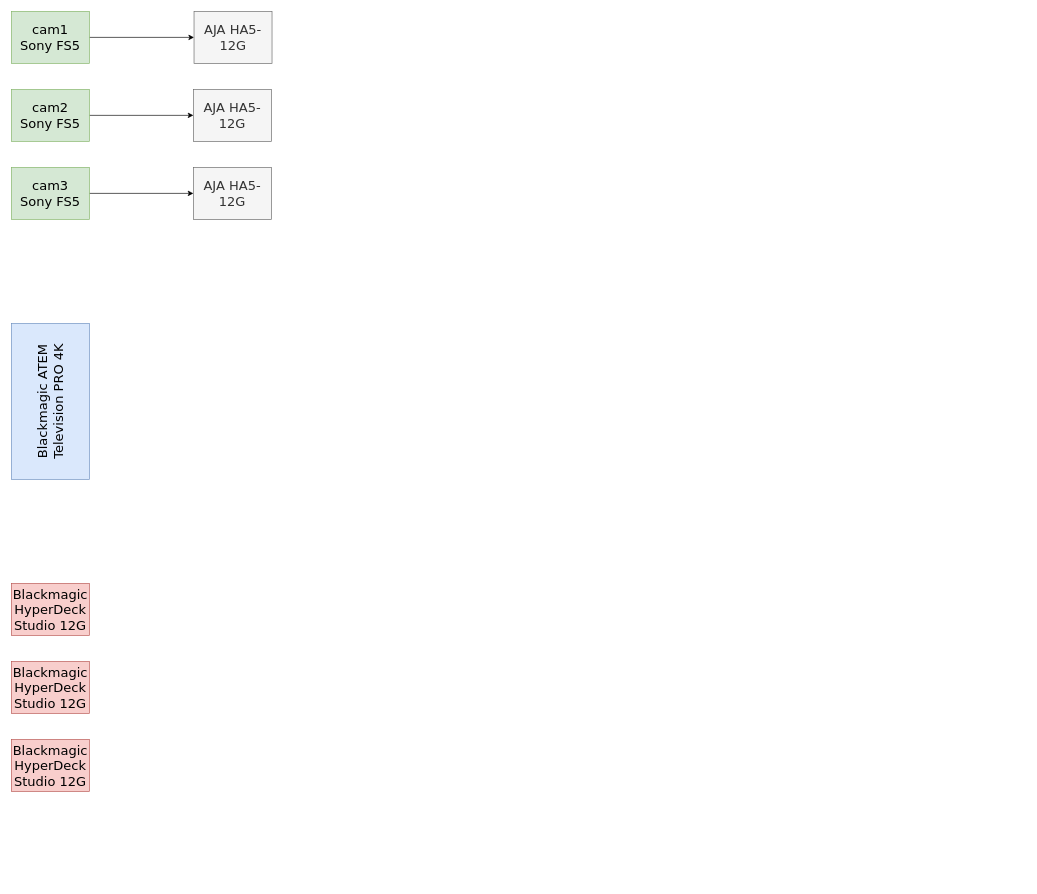
Earlier version of the draw.io diagram page "Chromakey ASB-1" (1 of 2) of ASB-1_Sheme.drawio (msslava/content_union). Source tidied: cells renumbered, new cells numbered last; positions are measured from the earlier drawing's top-left corner, leaving out a move shared by most shapes. Both pictures are drawn from the tidied source at 65%, with x=0, y=0 at pixel (11, 11).
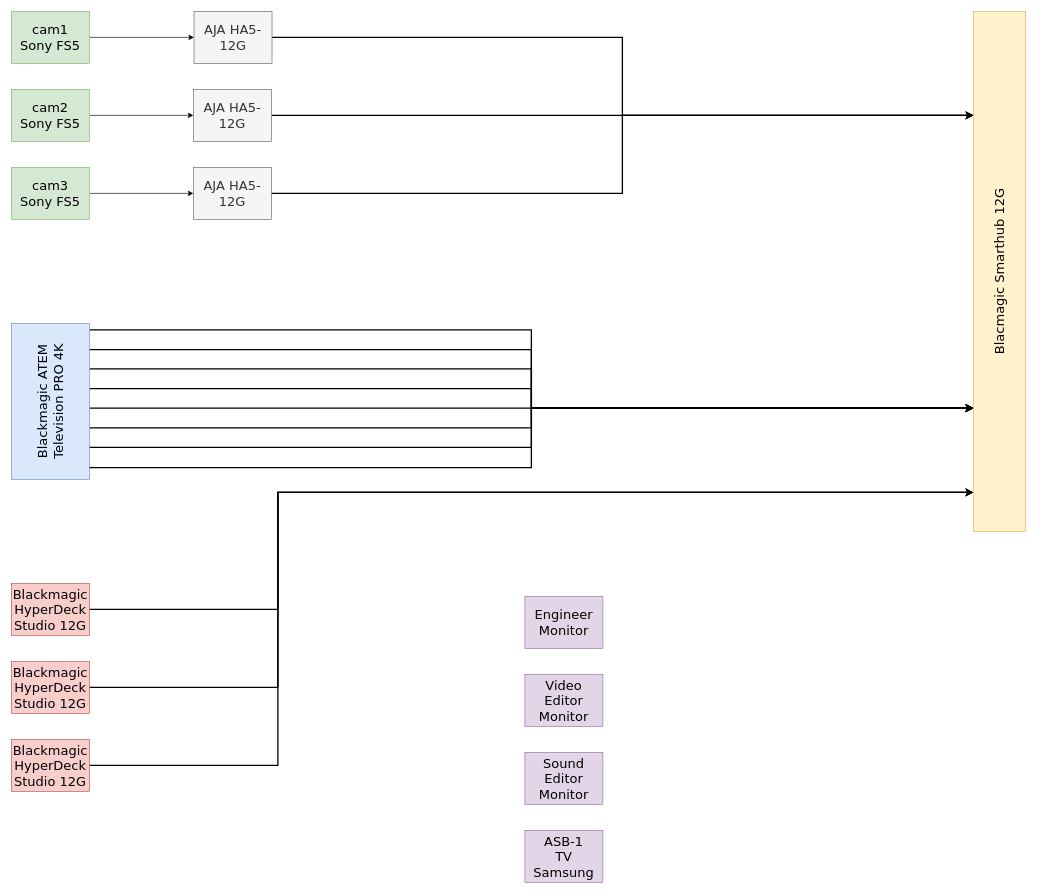
After the change.

Unchanged cells that the change refers to:
```xml
<mxCell id="8" value="&lt;span&gt;AJA HA5-12G&lt;/span&gt;&lt;br&gt;" style="rounded=0;whiteSpace=wrap;html=1;fontFamily=Verdana;fontSize=20;fillColor=#f5f5f5;strokeColor=#666666;fontColor=#333333;" parent="1" vertex="1">
  <mxGeometry x="281" width="120" height="80" as="geometry" />
</mxCell>
<mxCell id="9" value="&lt;span&gt;AJA HA5-12G&lt;/span&gt;&lt;br&gt;" style="rounded=0;whiteSpace=wrap;html=1;fontFamily=Verdana;fontSize=20;fillColor=#f5f5f5;strokeColor=#666666;fontColor=#333333;" parent="1" vertex="1">
  <mxGeometry x="280" y="120" width="120" height="80" as="geometry" />
</mxCell>
<mxCell id="10" value="&lt;span&gt;AJA HA5-12G&lt;/span&gt;&lt;br&gt;" style="rounded=0;whiteSpace=wrap;html=1;fontFamily=Verdana;fontSize=20;fillColor=#f5f5f5;strokeColor=#666666;fontColor=#333333;" parent="1" vertex="1">
  <mxGeometry x="280" y="240" width="120" height="80" as="geometry" />
</mxCell>
<mxCell id="11" value="Blackmagic ATEM Television PRO 4K&lt;br&gt;" style="rounded=0;whiteSpace=wrap;html=1;fontFamily=Verdana;fontSize=20;fillColor=#dae8fc;strokeColor=#6c8ebf;flipV=1;flipH=1;horizontal=0;" parent="1" vertex="1">
  <mxGeometry y="480" width="120" height="240" as="geometry" />
</mxCell>
<mxCell id="12" value="&lt;span&gt;Blackmagic HyperDeck Studio 12G&lt;/span&gt;&lt;br&gt;" style="rounded=0;whiteSpace=wrap;html=1;fontFamily=Verdana;fontSize=20;fillColor=#f8cecc;strokeColor=#b85450;" parent="1" vertex="1">
  <mxGeometry y="880" width="120" height="80" as="geometry" />
</mxCell>
<mxCell id="13" value="&lt;span&gt;Blackmagic HyperDeck Studio 12G&lt;/span&gt;&lt;br&gt;" style="rounded=0;whiteSpace=wrap;html=1;fontFamily=Verdana;fontSize=20;fillColor=#f8cecc;strokeColor=#b85450;" parent="1" vertex="1">
  <mxGeometry y="1000" width="120" height="80" as="geometry" />
</mxCell>
<mxCell id="14" value="&lt;span&gt;Blackmagic HyperDeck Studio 12G&lt;/span&gt;&lt;br&gt;" style="rounded=0;whiteSpace=wrap;html=1;fontFamily=Verdana;fontSize=20;fillColor=#f8cecc;strokeColor=#b85450;" parent="1" vertex="1">
  <mxGeometry y="1120" width="120" height="80" as="geometry" />
</mxCell>
```

The edit, as a diff of the source:
```diff
@@
+    <mxCell id="15" style="edgeStyle=orthogonalEdgeStyle;rounded=0;jettySize=auto;html=1;startArrow=none;startFill=0;endArrow=classic;endFill=1;strokeWidth=2;fontFamily=Verdana;fontSize=31;" parent="1" edge="1" source="8" target="33">
+      <mxGeometry relative="1" as="geometry">
+        <Array as="points">
+          <mxPoint x="940" y="40" />
+          <mxPoint x="940" y="160" />
+        </Array>
+      </mxGeometry>
+    </mxCell>
@@
+    <mxCell id="16" style="edgeStyle=orthogonalEdgeStyle;rounded=0;jettySize=auto;html=1;startArrow=none;startFill=0;endArrow=classic;endFill=1;strokeWidth=2;fontFamily=Verdana;fontSize=31;" parent="1" edge="1" source="9" target="33">
+      <mxGeometry relative="1" as="geometry">
+        <Array as="points">
+          <mxPoint x="1250" y="160" />
+          <mxPoint x="1250" y="160" />
+        </Array>
+      </mxGeometry>
+    </mxCell>
@@
+    <mxCell id="17" style="edgeStyle=orthogonalEdgeStyle;rounded=0;jettySize=auto;html=1;startArrow=none;startFill=0;endArrow=classic;endFill=1;strokeWidth=2;fontFamily=Verdana;fontSize=31;" parent="1" edge="1" source="10" target="33">
+      <mxGeometry relative="1" as="geometry">
+        <Array as="points">
+          <mxPoint x="940" y="280" />
+          <mxPoint x="940" y="160" />
+        </Array>
+      </mxGeometry>
+    </mxCell>
@@
+    <mxCell id="18" style="edgeStyle=orthogonalEdgeStyle;rounded=0;orthogonalLoop=1;jettySize=auto;html=1;startArrow=none;startFill=0;endArrow=classic;endFill=1;strokeWidth=2;fontFamily=Verdana;fontSize=20;" parent="1" edge="1">
+      <mxGeometry relative="1" as="geometry">
+        <mxPoint x="120" y="520.3" as="sourcePoint" />
+        <mxPoint x="1480" y="610.3" as="targetPoint" />
+        <Array as="points">
+          <mxPoint x="800" y="520" />
+          <mxPoint x="800" y="610" />
+        </Array>
+      </mxGeometry>
+    </mxCell>
+    <mxCell id="19" style="edgeStyle=orthogonalEdgeStyle;rounded=0;jettySize=auto;html=1;startArrow=none;startFill=0;endArrow=classic;endFill=1;strokeWidth=2;fontFamily=Verdana;fontSize=20;" parent="1" edge="1" source="11" target="33">
+      <mxGeometry relative="1" as="geometry">
+        <Array as="points">
+          <mxPoint x="800" y="490" />
+          <mxPoint x="800" y="610" />
+        </Array>
+      </mxGeometry>
+    </mxCell>
+    <mxCell id="20" style="edgeStyle=orthogonalEdgeStyle;rounded=0;orthogonalLoop=1;jettySize=auto;html=1;startArrow=none;startFill=0;endArrow=classic;endFill=1;strokeWidth=2;fontFamily=Verdana;fontSize=20;" parent="1" edge="1">
+      <mxGeometry relative="1" as="geometry">
+        <mxPoint x="120" y="550" as="sourcePoint" />
+        <mxPoint x="1480" y="610" as="targetPoint" />
+        <Array as="points">
+          <mxPoint x="800" y="550" />
+          <mxPoint x="800" y="610" />
+        </Array>
+      </mxGeometry>
+    </mxCell>
+    <mxCell id="21" style="edgeStyle=orthogonalEdgeStyle;rounded=0;orthogonalLoop=1;jettySize=auto;html=1;startArrow=none;startFill=0;endArrow=classic;endFill=1;strokeWidth=2;fontFamily=Verdana;fontSize=20;" parent="1" edge="1">
+      <mxGeometry relative="1" as="geometry">
+        <mxPoint x="120" y="580.3" as="sourcePoint" />
+        <mxPoint x="1480" y="610.3" as="targetPoint" />
+        <Array as="points">
+          <mxPoint x="800" y="580" />
+          <mxPoint x="800" y="610" />
+        </Array>
+      </mxGeometry>
+    </mxCell>
+    <mxCell id="22" style="edgeStyle=orthogonalEdgeStyle;rounded=0;orthogonalLoop=1;jettySize=auto;html=1;startArrow=none;startFill=0;endArrow=classic;endFill=1;strokeWidth=2;fontFamily=Verdana;fontSize=20;" parent="1" edge="1">
+      <mxGeometry relative="1" as="geometry">
+        <mxPoint x="120" y="610.3" as="sourcePoint" />
+        <mxPoint x="1480" y="610.3" as="targetPoint" />
+        <Array as="points">
+          <mxPoint x="320" y="610" />
+          <mxPoint x="320" y="610" />
+        </Array>
+      </mxGeometry>
+    </mxCell>
+    <mxCell id="23" style="edgeStyle=orthogonalEdgeStyle;rounded=0;orthogonalLoop=1;jettySize=auto;html=1;startArrow=none;startFill=0;endArrow=classic;endFill=1;strokeWidth=2;fontFamily=Verdana;fontSize=20;" parent="1" edge="1">
+      <mxGeometry relative="1" as="geometry">
+        <mxPoint x="120" y="640.7" as="sourcePoint" />
+        <mxPoint x="1480" y="610.7" as="targetPoint" />
+        <Array as="points">
+          <mxPoint x="800" y="641" />
+          <mxPoint x="800" y="611" />
+        </Array>
+      </mxGeometry>
+    </mxCell>
+    <mxCell id="24" style="edgeStyle=orthogonalEdgeStyle;rounded=0;orthogonalLoop=1;jettySize=auto;html=1;startArrow=none;startFill=0;endArrow=classic;endFill=1;strokeWidth=2;fontFamily=Verdana;fontSize=20;" parent="1" edge="1">
+      <mxGeometry relative="1" as="geometry">
+        <mxPoint x="120" y="670.7" as="sourcePoint" />
+        <mxPoint x="1480" y="610.7" as="targetPoint" />
+        <Array as="points">
+          <mxPoint x="800" y="671" />
+          <mxPoint x="800" y="611" />
+        </Array>
+      </mxGeometry>
+    </mxCell>
+    <mxCell id="25" style="edgeStyle=orthogonalEdgeStyle;rounded=0;jettySize=auto;html=1;startArrow=none;startFill=0;endArrow=classic;endFill=1;strokeWidth=2;fontFamily=Verdana;fontSize=20;" parent="1" edge="1" target="33">
+      <mxGeometry relative="1" as="geometry">
+        <mxPoint x="120" y="700.7" as="sourcePoint" />
+        <Array as="points">
+          <mxPoint x="120" y="702" />
+          <mxPoint x="800" y="702" />
+          <mxPoint x="800" y="610" />
+        </Array>
+      </mxGeometry>
+    </mxCell>
@@
+    <mxCell id="26" style="edgeStyle=orthogonalEdgeStyle;rounded=0;jettySize=auto;html=1;startArrow=none;startFill=0;endArrow=classic;endFill=1;strokeWidth=2;fontFamily=Verdana;fontSize=20;" parent="1" edge="1" source="12" target="33">
+      <mxGeometry relative="1" as="geometry">
+        <Array as="points">
+          <mxPoint x="410" y="920" />
+          <mxPoint x="410" y="740" />
+        </Array>
+      </mxGeometry>
+    </mxCell>
@@
+    <mxCell id="27" style="edgeStyle=orthogonalEdgeStyle;rounded=0;jettySize=auto;html=1;startArrow=none;startFill=0;endArrow=classic;endFill=1;strokeWidth=2;fontFamily=Verdana;fontSize=20;" parent="1" edge="1" source="13" target="33">
+      <mxGeometry relative="1" as="geometry">
+        <Array as="points">
+          <mxPoint x="410" y="1040" />
+          <mxPoint x="410" y="740" />
+        </Array>
+      </mxGeometry>
+    </mxCell>
@@
+    <mxCell id="28" style="edgeStyle=orthogonalEdgeStyle;rounded=0;jettySize=auto;html=1;startArrow=none;startFill=0;endArrow=classic;endFill=1;strokeWidth=2;fontFamily=Verdana;fontSize=20;" parent="1" edge="1" source="14" target="33">
+      <mxGeometry relative="1" as="geometry">
+        <Array as="points">
+          <mxPoint x="410" y="1160" />
+          <mxPoint x="410" y="740" />
+        </Array>
+      </mxGeometry>
+    </mxCell>
@@
+    <mxCell id="29" value="Engineer&lt;br&gt;Monitor&lt;br&gt;" style="rounded=0;whiteSpace=wrap;html=1;fontFamily=Verdana;fontSize=20;fillColor=#e1d5e7;strokeColor=#9673a6;" parent="1" vertex="1">
+      <mxGeometry x="790" y="900" width="120" height="80" as="geometry" />
+    </mxCell>
+    <mxCell id="30" value="Video&lt;br&gt;Editor&lt;br&gt;Monitor&lt;br&gt;" style="rounded=0;whiteSpace=wrap;html=1;fontFamily=Verdana;fontSize=20;fillColor=#e1d5e7;strokeColor=#9673a6;" parent="1" vertex="1">
+      <mxGeometry x="790" y="1020" width="120" height="80" as="geometry" />
+    </mxCell>
+    <mxCell id="31" value="ASB-1 &lt;br&gt;TV&lt;br&gt;Samsung&lt;br&gt;" style="rounded=0;whiteSpace=wrap;html=1;fontFamily=Verdana;fontSize=20;fillColor=#e1d5e7;strokeColor=#9673a6;" parent="1" vertex="1">
+      <mxGeometry x="790" y="1260" width="120" height="80" as="geometry" />
+    </mxCell>
+    <mxCell id="32" value="Sound&lt;br&gt;Editor&lt;br&gt;Monitor&lt;br&gt;" style="rounded=0;whiteSpace=wrap;html=1;fontFamily=Verdana;fontSize=20;fillColor=#e1d5e7;strokeColor=#9673a6;" parent="1" vertex="1">
+      <mxGeometry x="790" y="1140" width="120" height="80" as="geometry" />
+    </mxCell>
+    <mxCell id="33" value="Blacmagic Smarthub 12G" style="rounded=0;whiteSpace=wrap;html=1;fontFamily=Verdana;fontSize=20;horizontal=0;fillColor=#fff2cc;strokeColor=#d6b656;" parent="1" vertex="1">
+      <mxGeometry x="1480" width="80" height="800" as="geometry" />
+    </mxCell>
```
